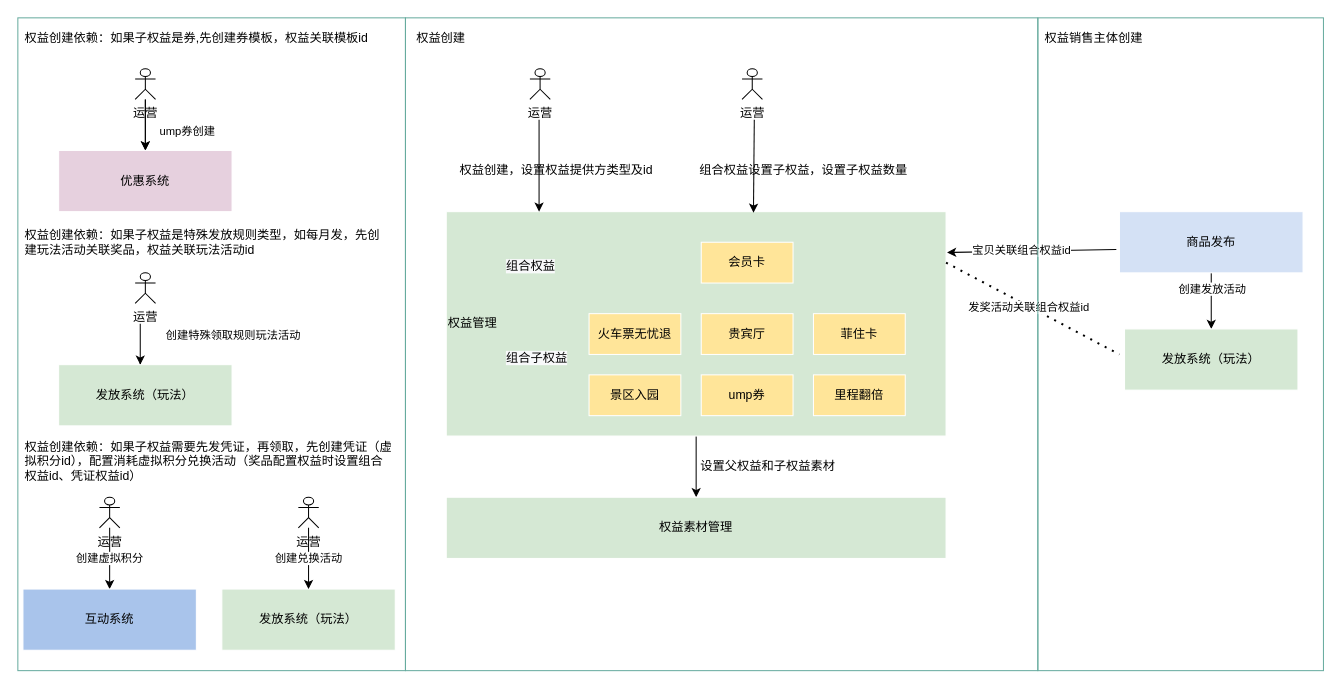
Earlier version of the draw.io diagram page "会员创建流程" (2 of 4) of 付费权益.drawio (renqiuming/drawio). Source tidied: cells renumbered, new cells numbered last; positions are measured from the earlier drawing's top-left corner, leaving out a move shared by most shapes. Both pictures are drawn from the tidied source at 102%, with x=0, y=0 at pixel (17, 17).
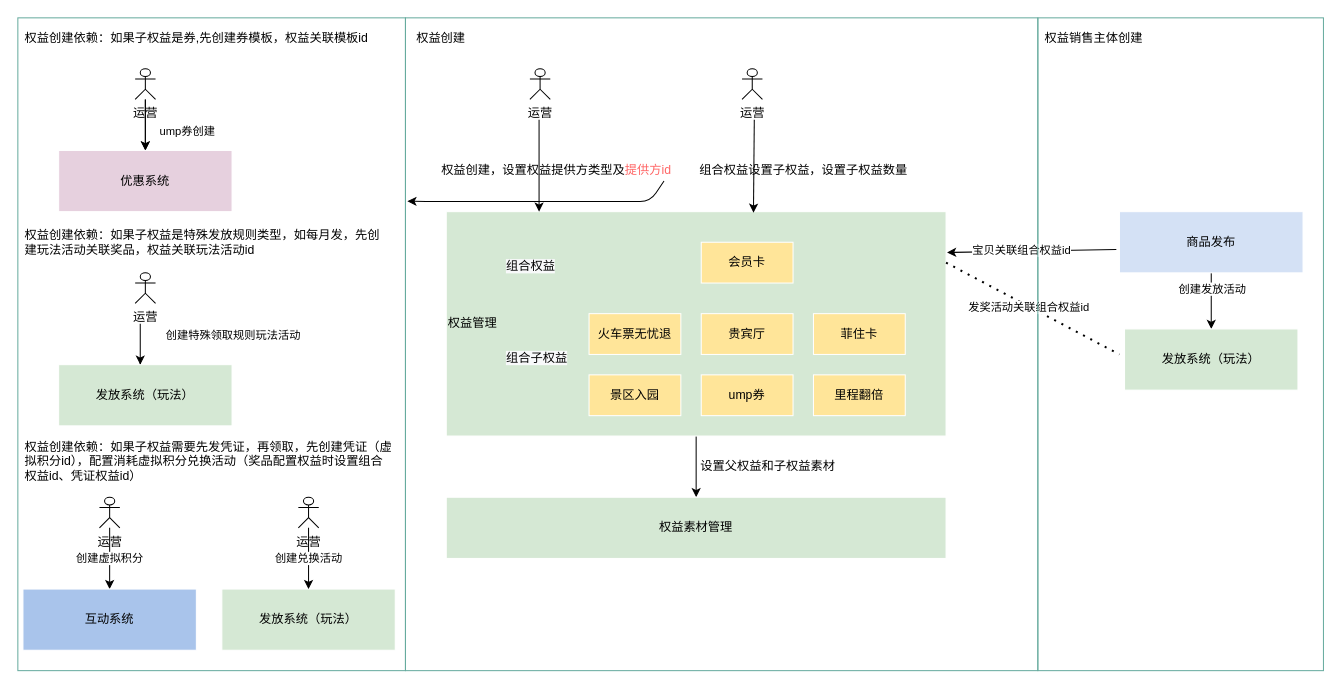
The same diagram, later.

Unchanged cells that the change refers to:
```xml
<mxCell id="3" style="rounded=0;whiteSpace=wrap;html=1;strokeColor=#67AB9F;fillColor=none;align=center;" parent="1" vertex="1">
  <mxGeometry width="380" height="640" as="geometry" />
</mxCell>
```

Change to the diagram source:
```diff
@@
-    <mxCell id="7" value="&lt;span&gt;权益创建，设置权益提供方类型及id&amp;nbsp;&amp;nbsp;&lt;/span&gt;" style="text;html=1;align=center;verticalAlign=middle;points=[];" parent="1" vertex="1">
-      <mxGeometry x="426" y="140" width="210" height="20" as="geometry" />
+    <mxCell id="7" value="权益创建，设置权益提供方类型及&lt;font color=&quot;#ff6666&quot;&gt;提供方id&lt;/font&gt;&amp;nbsp;&amp;nbsp;" style="text;html=1;align=center;verticalAlign=middle;points=[];" parent="1" vertex="1">
+      <mxGeometry x="406" y="140" width="250" height="20" as="geometry" />
     </mxCell>
@@
+    <mxCell id="52" style="endArrow=classic;html=1;entryX=1.005;entryY=0.281;entryDx=0;entryDy=0;entryPerimeter=0;exitX=0.91;exitY=1;exitDx=0;exitDy=0;exitPerimeter=0;" parent="1" edge="1" source="7" target="3">
+      <mxGeometry relative="1" as="geometry">
+        <Array as="points">
+          <mxPoint x="620" y="180" />
+          <mxPoint x="410" y="180" />
+        </Array>
+      </mxGeometry>
+    </mxCell>
```
